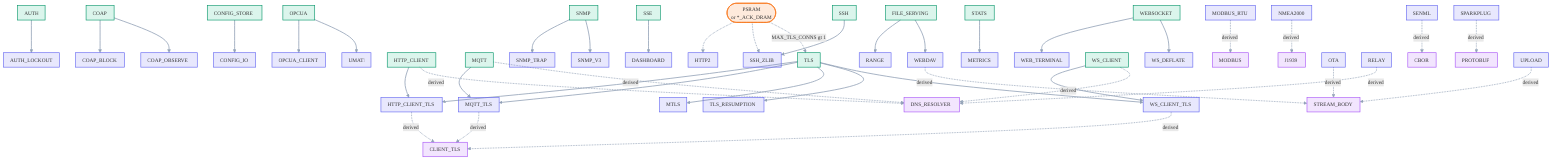
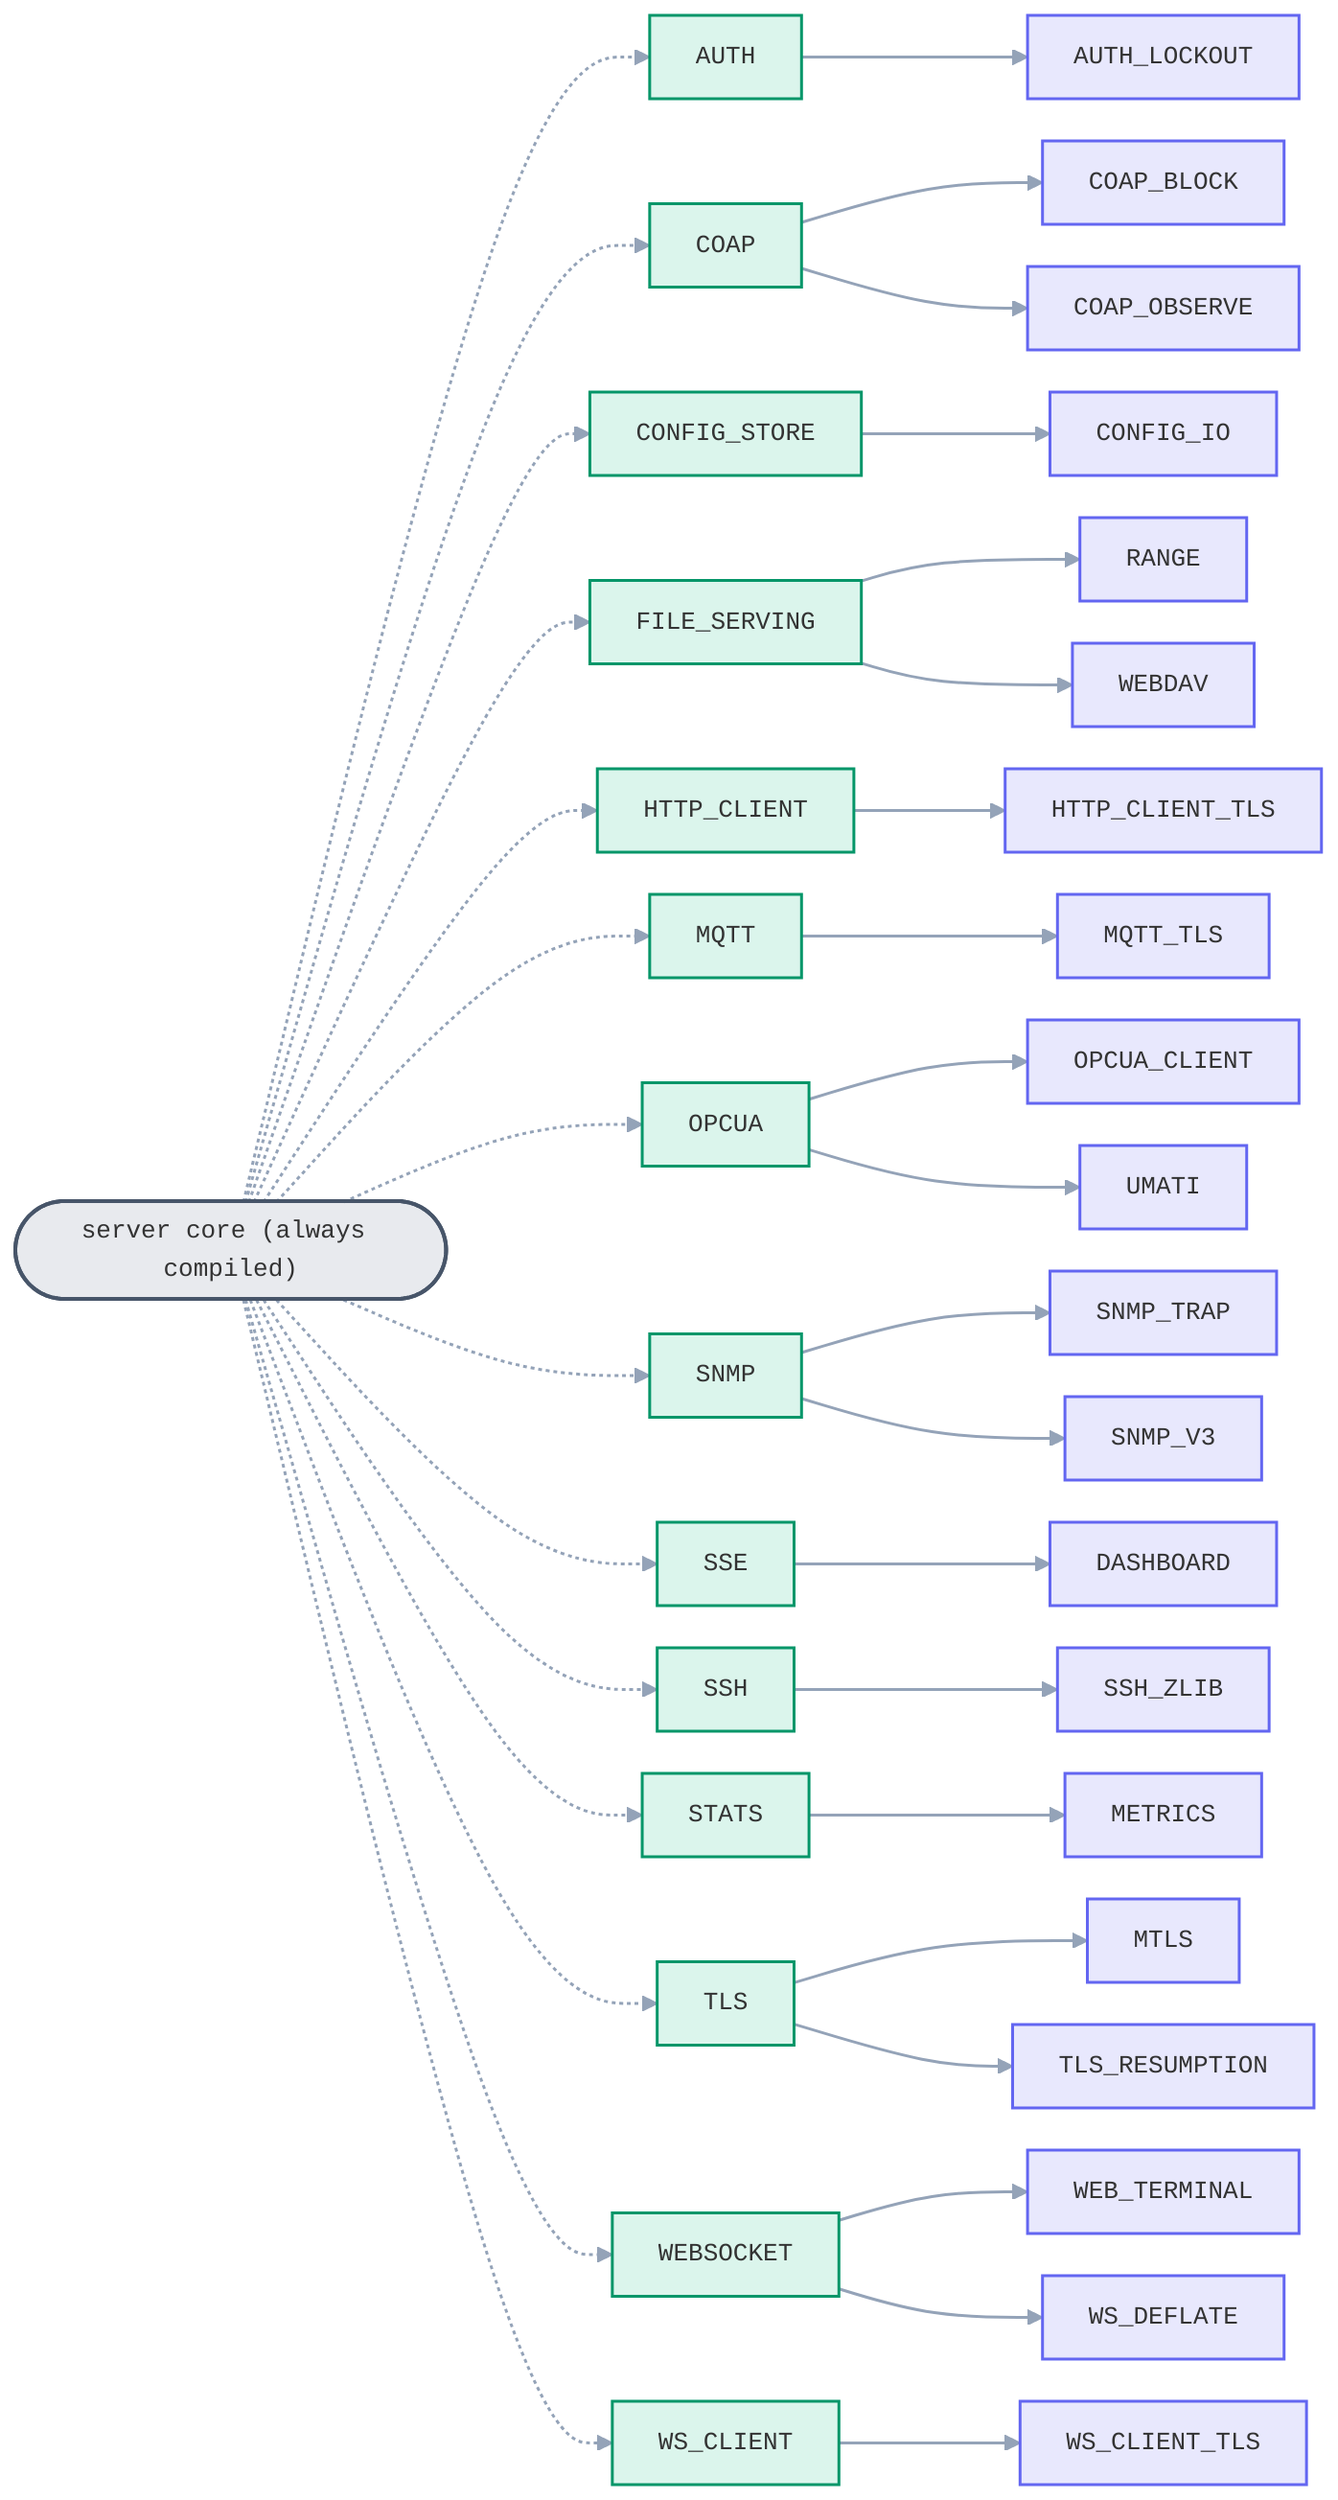
- %%{init: {'themeVariables':{'fontFamily':'ui-sans-serif,system-ui,Segoe UI,Roboto,sans-serif','fontSize':'13px','lineColor':'#94a3b8'},'flowchart':{'curve':'basis','nodeSpacing':40,'rankSpacing':55,'padding':8,'useMaxWidth':true}}}%%
- flowchart TD
-   %% Reading: A --> B means B requires A (enable the parent to build the child).
+ %%{init: {'themeVariables':{'fontFamily':'monospace','fontSize':'13px','lineColor':'#94a3b8'},'flowchart':{'htmlLabels':false,'curve':'basis','nodeSpacing':22,'rankSpacing':75,'padding':12,'useMaxWidth':false}}}%%
+ flowchart LR
+   %% Optional feature families hang off the always-compiled core (dotted = optional, NOT
+   %% a dependency); within a family a solid A --> B means B requires A (a hard #error).
  %% Auto-generated from the #error / #if guards in src/ServerConfig.h.

-   PSRAM(["PSRAM<br/>or *_ACK_DRAM"])
+   CORE(["server core (always compiled)"])
+   AUTH["AUTH"]
+   COAP["COAP"]
+   CONFIG_STORE["CONFIG_STORE"]
+   FILE_SERVING["FILE_SERVING"]
+   HTTP_CLIENT["HTTP_CLIENT"]
+   MQTT["MQTT"]
+   OPCUA["OPCUA"]
+   SNMP["SNMP"]
+   SSE["SSE"]
+   SSH["SSH"]
+   STATS["STATS"]
+   TLS["TLS"]
+   WEBSOCKET["WEBSOCKET"]
+   WS_CLIENT["WS_CLIENT"]
+   AUTH_LOCKOUT["AUTH_LOCKOUT"]
+   COAP_BLOCK["COAP_BLOCK"]
+   COAP_OBSERVE["COAP_OBSERVE"]
+   CONFIG_IO["CONFIG_IO"]
+   DASHBOARD["DASHBOARD"]
+   HTTP_CLIENT_TLS["HTTP_CLIENT_TLS"]
+   METRICS["METRICS"]
+   MQTT_TLS["MQTT_TLS"]
+   MTLS["MTLS"]
+   OPCUA_CLIENT["OPCUA_CLIENT"]
+   RANGE["RANGE"]
+   SNMP_TRAP["SNMP_TRAP"]
+   SNMP_V3["SNMP_V3"]
+   SSH_ZLIB["SSH_ZLIB"]
+   TLS_RESUMPTION["TLS_RESUMPTION"]
+   UMATI["UMATI"]
+   WEBDAV["WEBDAV"]
+   WEB_TERMINAL["WEB_TERMINAL"]
+   WS_CLIENT_TLS["WS_CLIENT_TLS"]
+   WS_DEFLATE["WS_DEFLATE"]
+ 
+   CORE -.-> AUTH
+   CORE -.-> COAP
+   CORE -.-> CONFIG_STORE
+   CORE -.-> FILE_SERVING
+   CORE -.-> HTTP_CLIENT
+   CORE -.-> MQTT
+   CORE -.-> OPCUA
+   CORE -.-> SNMP
+   CORE -.-> SSE
+   CORE -.-> SSH
+   CORE -.-> STATS
+   CORE -.-> TLS
+   CORE -.-> WEBSOCKET
+   CORE -.-> WS_CLIENT
+ 
  AUTH --> AUTH_LOCKOUT
  COAP --> COAP_BLOCK
  COAP --> COAP_OBSERVE
  CONFIG_STORE --> CONFIG_IO
  FILE_SERVING --> RANGE
  FILE_SERVING --> WEBDAV
  HTTP_CLIENT --> HTTP_CLIENT_TLS
  MQTT --> MQTT_TLS
  OPCUA --> OPCUA_CLIENT
  OPCUA --> UMATI
  SNMP --> SNMP_TRAP
  SNMP --> SNMP_V3
  SSE --> DASHBOARD
  SSH --> SSH_ZLIB
  STATS --> METRICS
-   TLS --> HTTP_CLIENT_TLS
-   TLS --> MQTT_TLS
  TLS --> MTLS
  TLS --> TLS_RESUMPTION
-   TLS --> WS_CLIENT_TLS
  WEBSOCKET --> WEB_TERMINAL
  WEBSOCKET --> WS_DEFLATE
  WS_CLIENT --> WS_CLIENT_TLS
-   PSRAM -.-> HTTP2
-   PSRAM -.-> SSH_ZLIB
-   PSRAM -. MAX_TLS_CONNS gt 1 .-> TLS
-   HTTP_CLIENT -. derived .-> DNS_RESOLVER
-   HTTP_CLIENT_TLS -. derived .-> CLIENT_TLS
-   MODBUS_RTU -. derived .-> MODBUS
-   MQTT -. derived .-> DNS_RESOLVER
-   MQTT_TLS -. derived .-> CLIENT_TLS
-   NMEA2000 -. derived .-> J1939
-   OTA -. derived .-> STREAM_BODY
-   RELAY -. derived .-> DNS_RESOLVER
-   SENML -. derived .-> CBOR
-   SPARKPLUG -. derived .-> PROTOBUF
-   UPLOAD -. derived .-> STREAM_BODY
-   WEBDAV -. derived .-> STREAM_BODY
-   WS_CLIENT -. derived .-> DNS_RESOLVER
-   WS_CLIENT_TLS -. derived .-> CLIENT_TLS

+   class CORE core;
  class AUTH,COAP,CONFIG_STORE,FILE_SERVING,HTTP_CLIENT,MQTT,OPCUA,SNMP,SSE,SSH,STATS,TLS,WEBSOCKET,WS_CLIENT parent;
-   class AUTH_LOCKOUT,COAP_BLOCK,COAP_OBSERVE,CONFIG_IO,DASHBOARD,HTTP2,HTTP_CLIENT_TLS,METRICS,MODBUS_RTU,MQTT_TLS,MTLS,NMEA2000,OPCUA_CLIENT,OTA,RANGE,RELAY,SENML,SNMP_TRAP,SNMP_V3,SPARKPLUG,SSH_ZLIB,TLS_RESUMPTION,UMATI,UPLOAD,WEBDAV,WEB_TERMINAL,WS_CLIENT_TLS,WS_DEFLATE child;
-   class CBOR,CLIENT_TLS,DNS_RESOLVER,J1939,MODBUS,PROTOBUF,STREAM_BODY derived;
-   class PSRAM res;
+   class AUTH_LOCKOUT,COAP_BLOCK,COAP_OBSERVE,CONFIG_IO,DASHBOARD,HTTP_CLIENT_TLS,METRICS,MQTT_TLS,MTLS,OPCUA_CLIENT,RANGE,SNMP_TRAP,SNMP_V3,SSH_ZLIB,TLS_RESUMPTION,UMATI,WEBDAV,WEB_TERMINAL,WS_CLIENT_TLS,WS_DEFLATE child;
+   classDef core fill:#64748b26,stroke:#475569,stroke-width:2px;
  classDef parent fill:#10b98126,stroke:#059669,stroke-width:1.5px;
  classDef child fill:#6366f126,stroke:#6366f1,stroke-width:1.5px;
-   classDef derived fill:#a855f726,stroke:#a855f7,stroke-width:1.5px;
-   classDef res fill:#f9731626,stroke:#f97316,stroke-width:1.5px;
-   linkStyle default stroke-width:2px;
+   linkStyle default stroke-width:1.5px;
